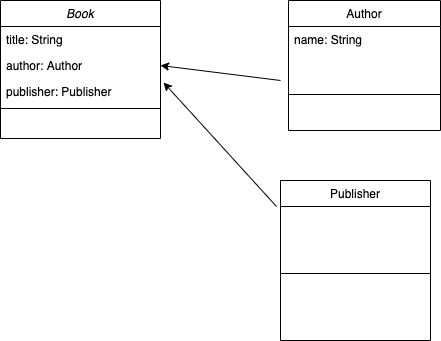
This is Homework_week2_day1.png from emmDevs/week2_day1_homework, a draw.io export, as it was before one commit. Source tidied: cells renumbered, new cells last; positions are measured from the earlier drawing's top-left corner, leaving out a move shared by most shapes.
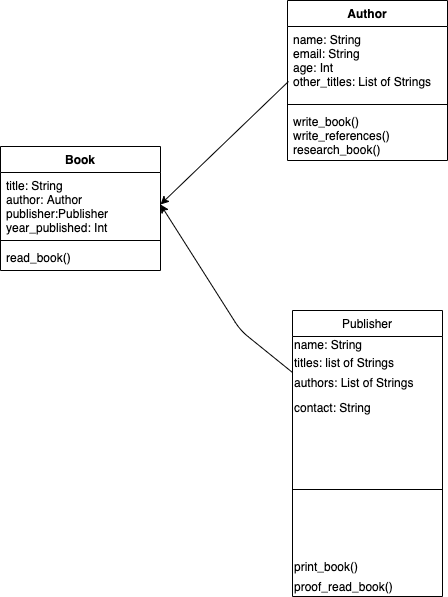
The same diagram one commit later.

Commit message:
book and author complete

Change to the diagram source:
```diff
@@ -2,45 +2,63 @@
   <root>
     <mxCell id="0" />
     <mxCell id="1" parent="0" />
+    <mxCell id="10" style="endArrow=classic;html=1;entryX=1;entryY=0.5;entryDx=0;entryDy=0;exitX=0.006;exitY=0.743;exitDx=0;exitDy=0;exitPerimeter=0;" parent="1" edge="1" source="22" target="19">
+      <mxGeometry relative="1" as="geometry" />
+    </mxCell>
+    <mxCell id="13" style="endArrow=classic;html=1;exitX=0;exitY=0;exitDx=0;exitDy=0;entryX=1;entryY=0.5;entryDx=0;entryDy=0;" parent="1" edge="1" source="15" target="19">
+      <mxGeometry relative="1" as="geometry">
+        <Array as="points">
+          <mxPoint x="230" y="240" />
+        </Array>
+      </mxGeometry>
+    </mxCell>
+    <mxCell id="11" value="Publisher" style="swimlane;fontStyle=0;align=center;verticalAlign=top;horizontal=1;startSize=26;rounded=0;shadow=0;strokeWidth=1;" parent="1" vertex="1">
+      <mxGeometry x="282" y="220" width="150" height="286" as="geometry" />
+    </mxCell>
+    <mxCell id="8" value="name: String" style="text;html=1;strokeColor=none;fillColor=none;align=left;verticalAlign=middle;whiteSpace=wrap;rounded=0;" parent="11" vertex="1">
+      <mxGeometry y="26" width="150" height="16" as="geometry" />
+    </mxCell>
+    <mxCell id="14" value="titles: list of Strings" style="text;html=1;strokeColor=none;fillColor=none;align=left;verticalAlign=middle;whiteSpace=wrap;rounded=0;" parent="11" vertex="1">
+      <mxGeometry y="42" width="150" height="20" as="geometry" />
+    </mxCell>
+    <mxCell id="15" value="authors: List of Strings" style="text;html=1;strokeColor=none;fillColor=none;align=left;verticalAlign=middle;whiteSpace=wrap;rounded=0;" parent="11" vertex="1">
+      <mxGeometry y="62" width="150" height="20" as="geometry" />
+    </mxCell>
+    <mxCell id="16" value="contact: String" style="text;html=1;strokeColor=none;fillColor=none;align=left;verticalAlign=middle;whiteSpace=wrap;rounded=0;" parent="11" vertex="1">
+      <mxGeometry y="82" width="150" height="30" as="geometry" />
+    </mxCell>
+    <mxCell id="12" style="line;html=1;strokeWidth=1;align=left;verticalAlign=middle;spacingTop=-1;spacingLeft=3;spacingRight=3;labelPosition=right;" parent="11" vertex="1">
+      <mxGeometry y="112" width="150" height="134" as="geometry" />
+    </mxCell>
+    <mxCell id="17" value="print_book()" style="text;html=1;strokeColor=none;fillColor=none;align=left;verticalAlign=middle;whiteSpace=wrap;rounded=0;" parent="11" vertex="1">
+      <mxGeometry y="246" width="150" height="20" as="geometry" />
+    </mxCell>
+    <mxCell id="18" value="proof_read_book()&lt;br&gt;" style="text;html=1;strokeColor=none;fillColor=none;align=left;verticalAlign=middle;whiteSpace=wrap;rounded=0;" parent="11" vertex="1">
+      <mxGeometry y="266" width="150" height="20" as="geometry" />
+    </mxCell>
-    <mxCell id="2" value="Book" style="swimlane;fontStyle=2;align=center;verticalAlign=top;horizontal=1;startSize=26;rounded=0;shadow=0;strokeWidth=1;" parent="1" vertex="1">
-      <mxGeometry width="160" height="138" as="geometry" />
+    <mxCell id="2" value="Book" style="swimlane;fontStyle=1;align=center;verticalAlign=top;horizontal=1;startSize=26;" parent="1" vertex="1">
+      <mxGeometry x="-10" y="56" width="160" height="124" as="geometry" />
     </mxCell>
-    <mxCell id="3" value="title: String" style="text;align=left;verticalAlign=top;spacingLeft=4;spacingRight=4;overflow=hidden;" parent="2" vertex="1">
-      <mxGeometry y="26" width="160" height="26" as="geometry" />
-    </mxCell>
-    <mxCell id="4" value="author: Author " style="text;align=left;verticalAlign=top;spacingLeft=4;spacingRight=4;overflow=hidden;points=[[0,0.5],[1,0.5]];portConstraint=eastwest;rounded=0;shadow=0;html=0;" parent="2" vertex="1">
-      <mxGeometry y="52" width="160" height="26" as="geometry" />
-    </mxCell>
-    <mxCell id="5" value="publisher: Publisher" style="text;align=left;verticalAlign=top;spacingLeft=4;spacingRight=4;overflow=hidden;points=[[0,0.5],[1,0.5]];portConstraint=eastwest;rounded=0;shadow=0;html=0;" parent="2" vertex="1">
-      <mxGeometry y="78" width="160" height="26" as="geometry" />
-    </mxCell>
-    <mxCell id="6" style="line;html=1;strokeWidth=1;align=left;verticalAlign=middle;spacingTop=-1;spacingLeft=3;spacingRight=3;labelPosition=right;" parent="2" vertex="1">
-      <mxGeometry y="104" width="160" height="8" as="geometry" />
-    </mxCell>
+    <mxCell id="19" value="title: String&#10;author: Author&#10;publisher:Publisher&#10;year_published: Int" style="text;strokeColor=none;fillColor=none;align=left;verticalAlign=top;spacingLeft=4;spacingRight=4;overflow=hidden;points=[[0,0.5],[1,0.5]];portConstraint=eastwest;" parent="2" vertex="1">
+      <mxGeometry y="26" width="160" height="64" as="geometry" />
+    </mxCell>
+    <mxCell id="20" style="line;strokeWidth=1;fillColor=none;align=left;verticalAlign=middle;spacingTop=-1;spacingLeft=3;spacingRight=3;labelPosition=right;" parent="2" vertex="1">
+      <mxGeometry y="90" width="160" height="8" as="geometry" />
+    </mxCell>
+    <mxCell id="21" value="read_book()" style="text;strokeColor=none;fillColor=none;align=left;verticalAlign=top;spacingLeft=4;spacingRight=4;overflow=hidden;" parent="2" vertex="1">
+      <mxGeometry y="98" width="160" height="26" as="geometry" />
+    </mxCell>
-    <mxCell id="7" value="Author" style="swimlane;fontStyle=0;align=center;verticalAlign=top;horizontal=1;startSize=26;rounded=0;shadow=0;strokeWidth=1;" parent="1" vertex="1">
-      <mxGeometry x="288" width="152" height="130" as="geometry" />
+    <mxCell id="7" value="Author" style="swimlane;fontStyle=1;align=center;verticalAlign=top;horizontal=1;startSize=26;" parent="1" vertex="1">
+      <mxGeometry x="277" y="-90" width="160" height="160" as="geometry" />
     </mxCell>
-    <mxCell id="8" value="name: String&#10;&#10;" style="text;align=left;verticalAlign=top;spacingLeft=4;spacingRight=4;overflow=hidden;" parent="7" vertex="1">
-      <mxGeometry y="26" width="152" height="64" as="geometry" />
-    </mxCell>
-    <mxCell id="9" style="line;html=1;strokeWidth=1;align=left;verticalAlign=middle;spacingTop=-1;spacingLeft=3;spacingRight=3;labelPosition=right;" parent="7" vertex="1">
-      <mxGeometry y="90" width="152" height="8" as="geometry" />
-    </mxCell>
-    <mxCell id="10" style="endArrow=classic;html=1;entryX=1;entryY=0.5;entryDx=0;entryDy=0;" parent="1" edge="1" target="4">
-      <mxGeometry relative="1" as="geometry">
-        <mxPoint x="280" y="80" as="sourcePoint" />
-      </mxGeometry>
-    </mxCell>
-    <mxCell id="11" value="Publisher" style="swimlane;fontStyle=0;align=center;verticalAlign=top;horizontal=1;startSize=26;rounded=0;shadow=0;strokeWidth=1;" parent="1" vertex="1">
-      <mxGeometry x="280" y="180" width="150" height="160" as="geometry" />
-    </mxCell>
-    <mxCell id="12" style="line;html=1;strokeWidth=1;align=left;verticalAlign=middle;spacingTop=-1;spacingLeft=3;spacingRight=3;labelPosition=right;" parent="11" vertex="1">
-      <mxGeometry y="26" width="150" height="134" as="geometry" />
-    </mxCell>
-    <mxCell id="13" style="endArrow=classic;html=1;exitX=-0.025;exitY=0;exitDx=0;exitDy=0;exitPerimeter=0;entryX=1.019;entryY=0.154;entryDx=0;entryDy=0;entryPerimeter=0;" parent="1" edge="1" target="5">
-      <mxGeometry relative="1" as="geometry">
-        <mxPoint x="276" y="206" as="sourcePoint" />
-      </mxGeometry>
-    </mxCell>
+    <mxCell id="22" value="name: String&#10;email: String&#10;age: Int&#10;other_titles: List of Strings" style="text;strokeColor=none;fillColor=none;align=left;verticalAlign=top;spacingLeft=4;spacingRight=4;overflow=hidden;points=[[0,0.5],[1,0.5]];portConstraint=eastwest;" parent="7" vertex="1">
+      <mxGeometry y="26" width="160" height="74" as="geometry" />
+    </mxCell>
+    <mxCell id="23" style="line;strokeWidth=1;fillColor=none;align=left;verticalAlign=middle;spacingTop=-1;spacingLeft=3;spacingRight=3;labelPosition=right;" parent="7" vertex="1">
+      <mxGeometry y="100" width="160" height="8" as="geometry" />
+    </mxCell>
+    <mxCell id="24" value="write_book()&#10;write_references()&#10;research_book()" style="text;strokeColor=none;fillColor=none;align=left;verticalAlign=top;spacingLeft=4;spacingRight=4;overflow=hidden;" parent="7" vertex="1">
+      <mxGeometry y="108" width="160" height="52" as="geometry" />
+    </mxCell>
   </root>
 </mxGraphModel>
```
